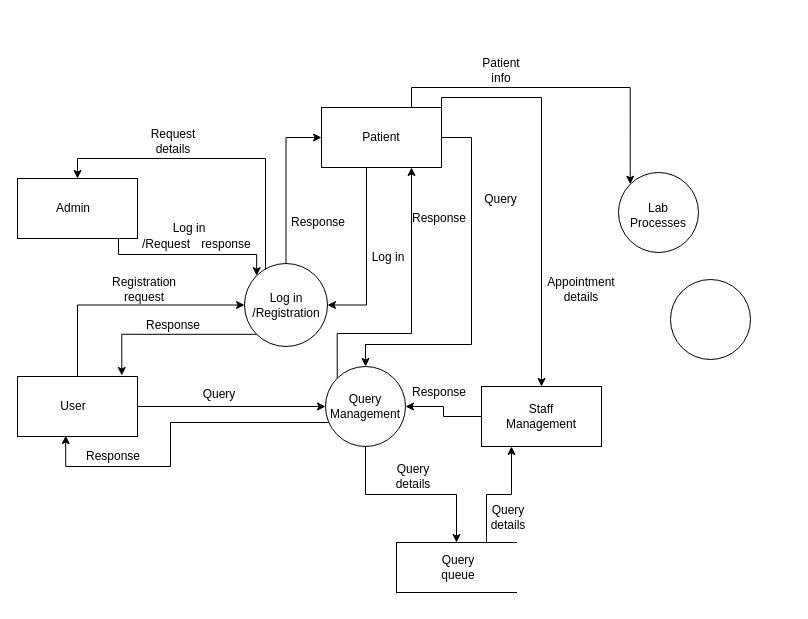
The draw.io diagram level 1 dfd hospital management system.drawio in rishabacharya/dfd, before the edit. Source tidied: cells renumbered, new cells numbered last; positions are measured from the earlier drawing's top-left corner, leaving out a move shared by most shapes. Both pictures are drawn from the tidied source at 100%, with x=0, y=0 at pixel (17, 60).
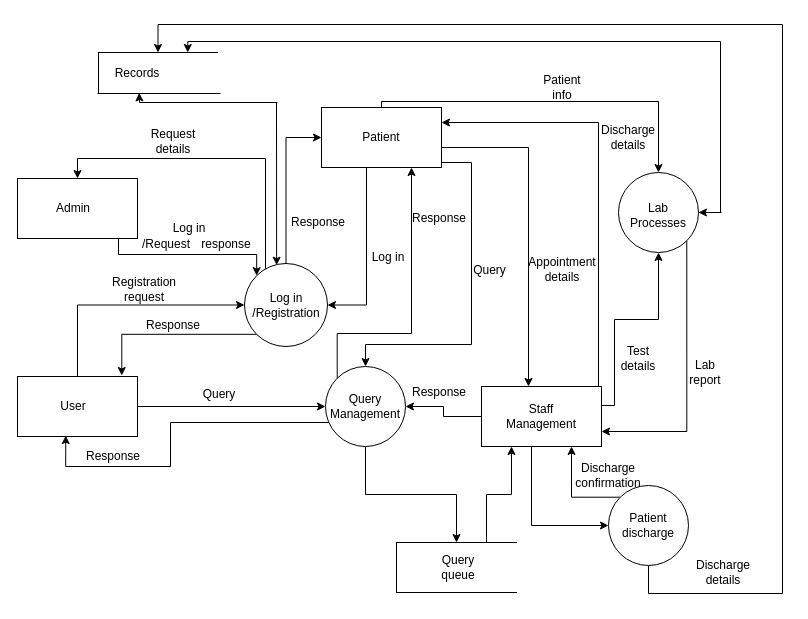
The same diagram, later.

Unchanged cells that the change refers to:
```xml
<mxCell id="5" style="ellipse;whiteSpace=wrap;html=1;" parent="1" vertex="1">
  <mxGeometry x="227" y="203" width="83" height="83" as="geometry" />
</mxCell>
<mxCell id="9" style="ellipse;whiteSpace=wrap;html=1;" parent="1" vertex="1">
  <mxGeometry x="308" y="306" width="80" height="80" as="geometry" />
</mxCell>
<mxCell id="10" style="ellipse;whiteSpace=wrap;html=1;" parent="1" vertex="1">
  <mxGeometry x="601" y="112" width="80" height="80" as="geometry" />
</mxCell>
<mxCell id="30" style="rounded=0;whiteSpace=wrap;html=1;" parent="1" vertex="1">
  <mxGeometry x="304" y="47" width="120" height="60" as="geometry" />
</mxCell>
<mxCell id="38" style="rounded=0;whiteSpace=wrap;html=1;" parent="1" vertex="1">
  <mxGeometry x="464" y="326" width="120" height="60" as="geometry" />
</mxCell>
```

Diff of the diagram source:
```diff
@@
+    <mxCell id="52" style="edgeStyle=orthogonalEdgeStyle;rounded=0;jettySize=auto;html=1;exitX=1;exitY=1;exitDx=0;exitDy=0;entryX=1;entryY=0.75;entryDx=0;entryDy=0;" parent="1" edge="1" source="10" target="38">
+      <mxGeometry relative="1" as="geometry">
+        <Array as="points">
+          <mxPoint x="669" y="371" />
+        </Array>
+      </mxGeometry>
+    </mxCell>
+    <mxCell id="53" style="edgeStyle=orthogonalEdgeStyle;rounded=0;jettySize=auto;html=1;entryX=0.75;entryY=0;entryDx=0;entryDy=0;" parent="1" edge="1" source="10" target="58">
+      <mxGeometry relative="1" as="geometry">
+        <Array as="points">
+          <mxPoint x="703" y="152" />
+          <mxPoint x="703" y="-19" />
+          <mxPoint x="170" y="-19" />
+        </Array>
+      </mxGeometry>
+    </mxCell>
@@
-    <mxCell id="11" style="ellipse;whiteSpace=wrap;html=1;" parent="1" vertex="1">
-      <mxGeometry x="653" y="219" width="80" height="80" as="geometry" />
-    </mxCell>
@@
     <mxCell id="27" style="edgeStyle=orthogonalEdgeStyle;rounded=0;jettySize=auto;html=1;entryX=0.5;entryY=0;entryDx=0;entryDy=0;" parent="1" edge="1" source="30" target="9">
       <mxGeometry relative="1" as="geometry">
         <Array as="points">
-          <mxPoint x="454" y="77" />
+          <mxPoint x="454" y="102" />
           <mxPoint x="454" y="284" />
           <mxPoint x="348" y="284" />
         </Array>
       </mxGeometry>
     </mxCell>
+    <mxCell id="29" style="edgeStyle=orthogonalEdgeStyle;rounded=0;jettySize=auto;html=1;exitX=1;exitY=0;exitDx=0;exitDy=0;" parent="1" edge="1" source="30" target="38">
+      <mxGeometry relative="1" as="geometry">
+        <Array as="points">
+          <mxPoint x="424" y="87" />
+          <mxPoint x="511" y="87" />
+        </Array>
+      </mxGeometry>
+    </mxCell>
-    <mxCell id="28" style="edgeStyle=orthogonalEdgeStyle;rounded=0;jettySize=auto;html=1;exitX=0.75;exitY=0;exitDx=0;exitDy=0;entryX=0;entryY=0;entryDx=0;entryDy=0;" parent="1" edge="1" source="30" target="10">
-      <mxGeometry relative="1" as="geometry" />
+    <mxCell id="28" style="edgeStyle=orthogonalEdgeStyle;rounded=0;jettySize=auto;html=1;entryX=0.5;entryY=0;entryDx=0;entryDy=0;" parent="1" edge="1" source="30" target="10">
+      <mxGeometry relative="1" as="geometry">
+        <Array as="points">
+          <mxPoint x="364" y="41" />
+          <mxPoint x="641" y="41" />
+        </Array>
+      </mxGeometry>
     </mxCell>
-    <mxCell id="29" style="edgeStyle=orthogonalEdgeStyle;rounded=0;jettySize=auto;html=1;exitX=1;exitY=0;exitDx=0;exitDy=0;" parent="1" edge="1" source="30" target="38">
-      <mxGeometry relative="1" as="geometry">
-        <Array as="points">
-          <mxPoint x="424" y="37" />
-          <mxPoint x="524" y="37" />
-        </Array>
-      </mxGeometry>
-    </mxCell>
@@
     <mxCell id="34" value="Query" style="text;html=1;align=center;verticalAlign=middle;" parent="1" vertex="1">
-      <mxGeometry x="461" y="130" width="43" height="18" as="geometry" />
+      <mxGeometry x="450" y="201" width="43" height="18" as="geometry" />
     </mxCell>
@@
+    <mxCell id="54" style="edgeStyle=orthogonalEdgeStyle;rounded=0;jettySize=auto;html=1;exitX=1;exitY=0;exitDx=0;exitDy=0;entryX=0.5;entryY=1;entryDx=0;entryDy=0;" parent="1" edge="1" source="38" target="10">
+      <mxGeometry relative="1" as="geometry">
+        <Array as="points">
+          <mxPoint x="584" y="345" />
+          <mxPoint x="597" y="345" />
+          <mxPoint x="597" y="259" />
+          <mxPoint x="641" y="259" />
+        </Array>
+      </mxGeometry>
+    </mxCell>
+    <mxCell id="55" style="edgeStyle=orthogonalEdgeStyle;rounded=0;jettySize=auto;html=1;exitX=0.75;exitY=0;exitDx=0;exitDy=0;entryX=1;entryY=0.25;entryDx=0;entryDy=0;" parent="1" edge="1" source="38" target="30">
+      <mxGeometry relative="1" as="geometry">
+        <Array as="points">
+          <mxPoint x="581" y="326" />
+          <mxPoint x="581" y="62" />
+        </Array>
+      </mxGeometry>
+    </mxCell>
+    <mxCell id="56" style="edgeStyle=orthogonalEdgeStyle;rounded=0;jettySize=auto;html=1;entryX=0;entryY=0.5;entryDx=0;entryDy=0;" parent="1" edge="1" source="38" target="67">
+      <mxGeometry relative="1" as="geometry">
+        <Array as="points">
+          <mxPoint x="514" y="465" />
+        </Array>
+      </mxGeometry>
+    </mxCell>
@@
-    <mxCell id="40" value="Query details" style="text;html=1;strokeColor=none;fillColor=none;align=center;verticalAlign=middle;whiteSpace=wrap;rounded=0;" parent="1" vertex="1">
-      <mxGeometry x="376" y="406" width="40" height="20" as="geometry" />
-    </mxCell>
@@
-    <mxCell id="47" value="Query details" style="text;html=1;strokeColor=none;fillColor=none;align=center;verticalAlign=middle;whiteSpace=wrap;rounded=0;" parent="1" vertex="1">
-      <mxGeometry x="471" y="447" width="40" height="20" as="geometry" />
-    </mxCell>
@@
     <mxCell id="50" value="Patient info" style="text;html=1;strokeColor=none;fillColor=none;align=center;verticalAlign=middle;whiteSpace=wrap;rounded=0;" parent="1" vertex="1">
-      <mxGeometry x="464" width="40" height="20" as="geometry" />
+      <mxGeometry x="525" y="17" width="40" height="20" as="geometry" />
     </mxCell>
     <mxCell id="51" value="Appointment details" style="text;html=1;strokeColor=none;fillColor=none;align=center;verticalAlign=middle;whiteSpace=wrap;rounded=0;" parent="1" vertex="1">
-      <mxGeometry x="544" y="219" width="40" height="20" as="geometry" />
+      <mxGeometry x="525" y="199" width="40" height="20" as="geometry" />
     </mxCell>
+    <mxCell id="57" value="Test details" style="text;html=1;strokeColor=none;fillColor=none;align=center;verticalAlign=middle;whiteSpace=wrap;rounded=0;" parent="1" vertex="1">
+      <mxGeometry x="601" y="288" width="40" height="20" as="geometry" />
+    </mxCell>
+    <mxCell id="58" style="shape=partialRectangle;whiteSpace=wrap;html=1;bottom=0;right=0;fillColor=none;" parent="1" vertex="1">
+      <mxGeometry x="81" y="-8" width="119" height="41" as="geometry" />
+    </mxCell>
+    <mxCell id="59" style="line;strokeWidth=1;fillColor=none;align=left;verticalAlign=middle;spacingTop=-1;spacingLeft=3;spacingRight=3;labelPosition=right;points=[];portConstraint=eastwest;" parent="1" vertex="1">
+      <mxGeometry x="80" y="29" width="123" height="8" as="geometry" />
+    </mxCell>
+    <mxCell id="60" value="Records" style="text;html=1;strokeColor=none;fillColor=none;align=center;verticalAlign=middle;whiteSpace=wrap;rounded=0;" parent="1" vertex="1">
+      <mxGeometry x="100" y="2.5" width="40" height="20" as="geometry" />
+    </mxCell>
+    <mxCell id="61" style="endArrow=none;html=1;" parent="1" edge="1">
+      <mxGeometry relative="1" as="geometry">
+        <mxPoint x="122" y="42" as="sourcePoint" />
+        <mxPoint x="260" y="42" as="targetPoint" />
+      </mxGeometry>
+    </mxCell>
+    <mxCell id="62" style="endArrow=classic;html=1;entryX=0.339;entryY=0.427;entryDx=0;entryDy=0;entryPerimeter=0;" parent="1" edge="1" target="59">
+      <mxGeometry relative="1" as="geometry">
+        <mxPoint x="122" y="42" as="sourcePoint" />
+      </mxGeometry>
+    </mxCell>
+    <mxCell id="63" style="endArrow=classic;html=1;entryX=0.387;entryY=0.02;entryDx=0;entryDy=0;entryPerimeter=0;" parent="1" edge="1" target="5">
+      <mxGeometry relative="1" as="geometry">
+        <mxPoint x="259" y="42" as="sourcePoint" />
+      </mxGeometry>
+    </mxCell>
+    <mxCell id="64" value="Lab report" style="text;html=1;strokeColor=none;fillColor=none;align=center;verticalAlign=middle;whiteSpace=wrap;rounded=0;" parent="1" vertex="1">
+      <mxGeometry x="668" y="302" width="40" height="20" as="geometry" />
+    </mxCell>
+    <mxCell id="65" style="edgeStyle=orthogonalEdgeStyle;rounded=0;jettySize=auto;html=1;entryX=0.5;entryY=0;entryDx=0;entryDy=0;" parent="1" edge="1" source="67" target="58">
+      <mxGeometry relative="1" as="geometry">
+        <Array as="points">
+          <mxPoint x="631" y="533" />
+          <mxPoint x="765" y="533" />
+          <mxPoint x="765" y="-36" />
+          <mxPoint x="141" y="-36" />
+        </Array>
+      </mxGeometry>
+    </mxCell>
+    <mxCell id="66" style="edgeStyle=orthogonalEdgeStyle;rounded=0;jettySize=auto;html=1;exitX=0;exitY=0;exitDx=0;exitDy=0;entryX=0.75;entryY=1;entryDx=0;entryDy=0;" parent="1" edge="1" source="67" target="38">
+      <mxGeometry relative="1" as="geometry" />
+    </mxCell>
+    <mxCell id="67" style="ellipse;whiteSpace=wrap;html=1;" parent="1" vertex="1">
+      <mxGeometry x="591" y="425" width="80" height="80" as="geometry" />
+    </mxCell>
+    <mxCell id="68" value="Patient discharge" style="text;html=1;strokeColor=none;fillColor=none;align=center;verticalAlign=middle;whiteSpace=wrap;rounded=0;" parent="1" vertex="1">
+      <mxGeometry x="611" y="455" width="40" height="20" as="geometry" />
+    </mxCell>
+    <mxCell id="69" value="Discharge confirmation" style="text;html=1;strokeColor=none;fillColor=none;align=center;verticalAlign=middle;whiteSpace=wrap;rounded=0;" parent="1" vertex="1">
+      <mxGeometry x="571" y="405" width="40" height="20" as="geometry" />
+    </mxCell>
+    <mxCell id="70" value="Discharge details" style="text;html=1;strokeColor=none;fillColor=none;align=center;verticalAlign=middle;whiteSpace=wrap;rounded=0;" parent="1" vertex="1">
+      <mxGeometry x="686" y="502" width="40" height="20" as="geometry" />
+    </mxCell>
+    <mxCell id="71" value="Discharge details" style="text;html=1;strokeColor=none;fillColor=none;align=center;verticalAlign=middle;whiteSpace=wrap;rounded=0;" parent="1" vertex="1">
+      <mxGeometry x="591" y="67" width="40" height="20" as="geometry" />
+    </mxCell>
+    <mxCell id="72" style="endArrow=classic;html=1;entryX=1;entryY=0.5;entryDx=0;entryDy=0;" parent="1" edge="1" target="10">
+      <mxGeometry relative="1" as="geometry">
+        <mxPoint x="704" y="152" as="sourcePoint" />
+      </mxGeometry>
+    </mxCell>
```
